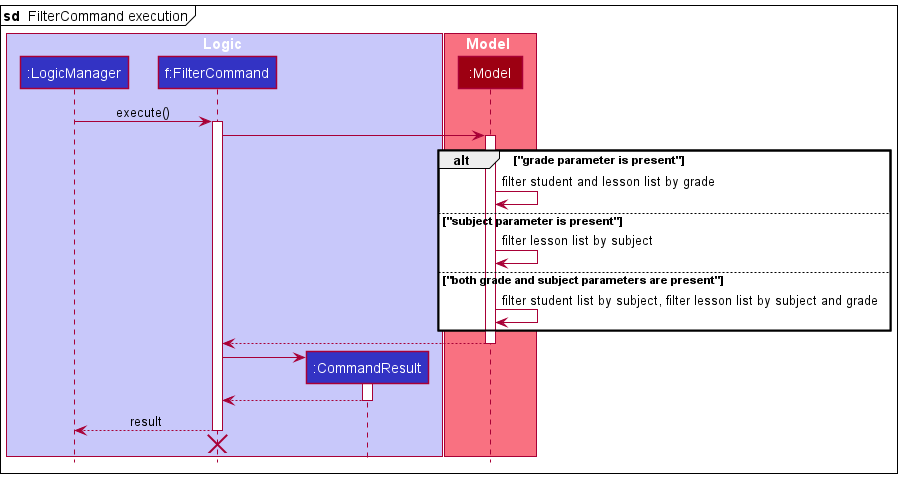
The PlantUML diagram docs/images/DeveloperGuideImage/FilterSequenceDiagram1.png in nus-cs2103-AY2122S1/tp, before a commit.
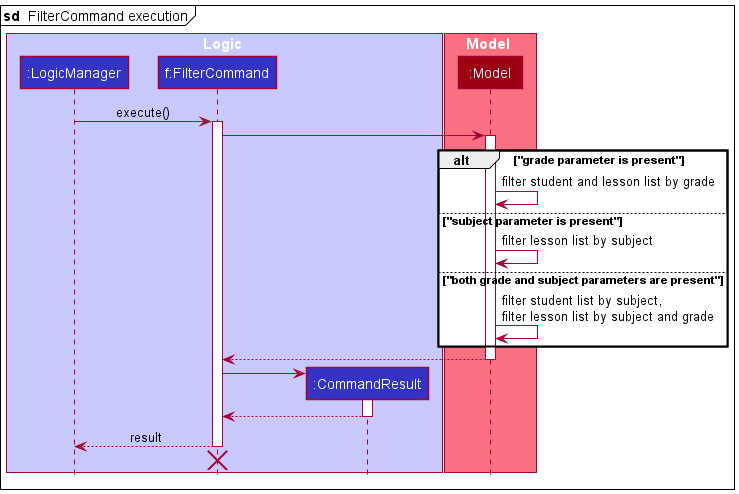
After the commit.

Change to the diagram source:
```diff
@@ -26,7 +26,7 @@
     Model -> Model : filter lesson list by subject
 
 else "both grade and subject parameters are present"
-    Model -> Model : filter student list by subject, filter lesson list by subject and grade
+    Model -> Model : filter student list by subject,\nfilter lesson list by subject and grade
 end
 
 Model --> FilterCommand
```
